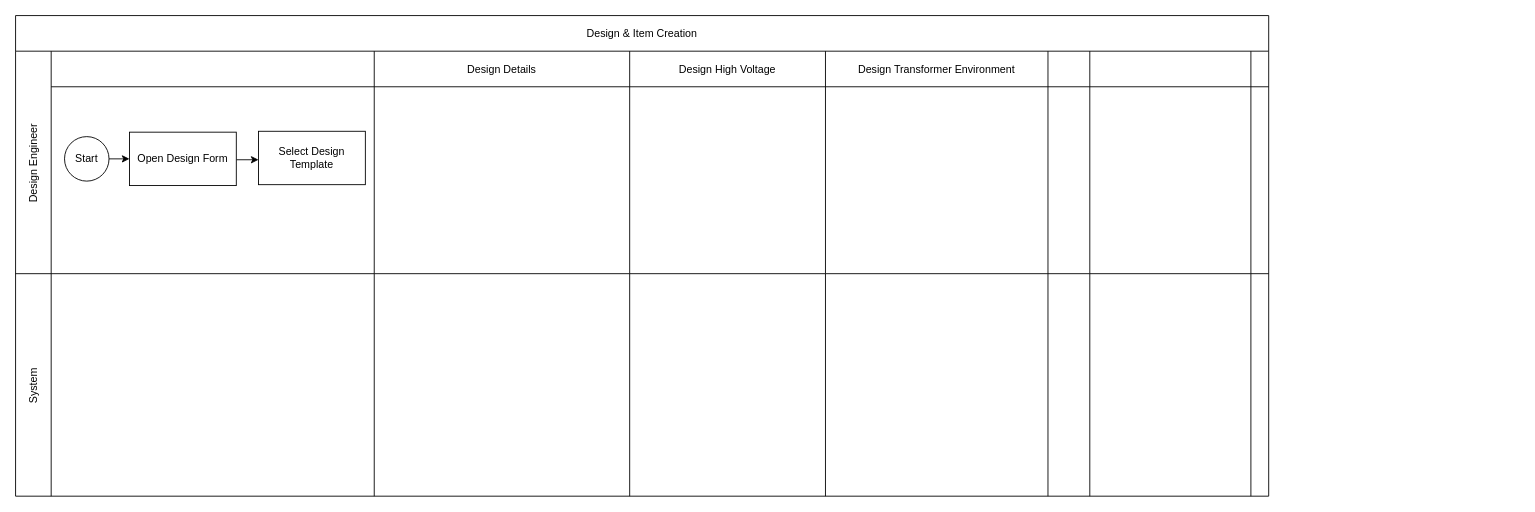
Iswariya-LMNAs/Diagrams keeps this draw.io diagram as SGBG.drawio. Above is the earlier version. Source tidied: cells renumbered, new cells numbered last; positions are measured from the earlier drawing's top-left corner, leaving out a move shared by most shapes. Both pictures are drawn from the tidied source at 89%, with x=0, y=0 at pixel (15, 15).
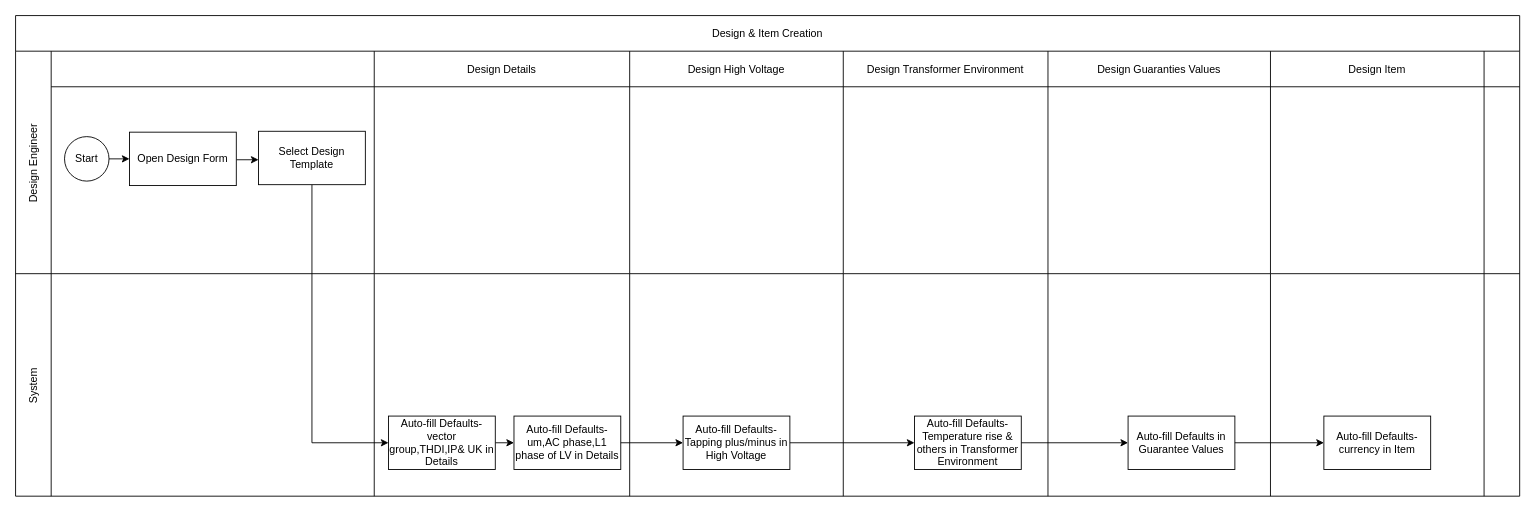
The same diagram, later.

Unchanged cells that the change refers to:
```xml
<mxCell id="13" style="swimlane;swimlaneHead=0;swimlaneBody=0;fontStyle=0;strokeColor=inherit;fillColor=none;startSize=0;" parent="11" vertex="1">
  <mxGeometry x="403" width="287" height="250" as="geometry" />
</mxCell>
<mxCell id="23" value="Select Design Template" style="rounded=0;whiteSpace=wrap;html=1;" parent="1" vertex="1">
  <mxGeometry x="273" y="130" width="120" height="60" as="geometry" />
</mxCell>
```

Change to the diagram source:
```diff
@@
     <mxCell id="2" value="Design &amp; Item Creation" style="shape=table;childLayout=tableLayout;startSize=40;" parent="1" vertex="1">
-      <mxGeometry width="1408" height="540" as="geometry" />
+      <mxGeometry width="1690" height="540" as="geometry" />
     </mxCell>
     <mxCell id="3" value="Design Engineer" style="shape=tableRow;horizontal=0;swimlaneHead=0;swimlaneBody=0;top=0;left=0;strokeColor=inherit;bottom=0;right=0;fontStyle=0;fillColor=none;startSize=40;" parent="2" vertex="1">
-      <mxGeometry y="40" width="1408" height="250" as="geometry" />
+      <mxGeometry y="40" width="1690" height="250" as="geometry" />
     </mxCell>
@@
     <mxCell id="6" value="Design High Voltage" style="swimlane;swimlaneHead=0;swimlaneBody=0;fontStyle=0;strokeColor=inherit;fillColor=none;startSize=40;" parent="3" vertex="1">
-      <mxGeometry x="690" width="220" height="250" as="geometry" />
+      <mxGeometry x="690" width="240" height="250" as="geometry" />
     </mxCell>
     <mxCell id="7" value="Design Transformer Environment" style="swimlane;swimlaneHead=0;swimlaneBody=0;fontStyle=0;strokeColor=inherit;fillColor=none;startSize=40;" parent="3" vertex="1">
-      <mxGeometry x="910" width="250" height="250" as="geometry" />
+      <mxGeometry x="930" width="230" height="250" as="geometry" />
     </mxCell>
-    <mxCell id="8" style="swimlane;swimlaneHead=0;swimlaneBody=0;fontStyle=0;strokeColor=inherit;fillColor=none;startSize=40;" parent="3" vertex="1">
-      <mxGeometry x="1160" width="47" height="250" as="geometry" />
+    <mxCell id="8" value="Design Guaranties Values" style="swimlane;swimlaneHead=0;swimlaneBody=0;fontStyle=0;strokeColor=inherit;fillColor=none;startSize=40;" parent="3" vertex="1">
+      <mxGeometry x="1160" width="250" height="250" as="geometry" />
     </mxCell>
-    <mxCell id="9" style="swimlane;swimlaneHead=0;swimlaneBody=0;fontStyle=0;strokeColor=inherit;fillColor=none;startSize=40;" parent="3" vertex="1">
-      <mxGeometry x="1207" width="181" height="250" as="geometry" />
+    <mxCell id="9" value="Design Item" style="swimlane;swimlaneHead=0;swimlaneBody=0;fontStyle=0;strokeColor=inherit;fillColor=none;startSize=40;" parent="3" vertex="1">
+      <mxGeometry x="1410" width="240" height="250" as="geometry" />
     </mxCell>
     <mxCell id="10" style="swimlane;swimlaneHead=0;swimlaneBody=0;fontStyle=0;strokeColor=inherit;fillColor=none;startSize=40;" parent="3" vertex="1">
-      <mxGeometry x="1388" width="20" height="250" as="geometry" />
+      <mxGeometry x="1650" width="40" height="250" as="geometry" />
     </mxCell>
     <mxCell id="11" value="System" style="shape=tableRow;horizontal=0;swimlaneHead=0;swimlaneBody=0;top=0;left=0;strokeColor=inherit;bottom=0;right=0;fontStyle=0;fillColor=none;startSize=40;" parent="2" vertex="1">
-      <mxGeometry y="290" width="1408" height="250" as="geometry" />
+      <mxGeometry y="290" width="1690" height="250" as="geometry" />
     </mxCell>
@@
+    <mxCell id="24" value="Auto-fill Defaults-um,AC phase,L1 phase of LV in Details" style="rounded=0;whiteSpace=wrap;html=1;" parent="13" vertex="1">
+      <mxGeometry x="157" y="160" width="120" height="60" as="geometry" />
+    </mxCell>
+    <mxCell id="25" style="edgeStyle=orthogonalEdgeStyle;rounded=0;jettySize=auto;html=1;exitX=1;exitY=0.5;exitDx=0;exitDy=0;entryX=0;entryY=0.5;entryDx=0;entryDy=0;" parent="13" edge="1" source="26" target="24">
+      <mxGeometry relative="1" as="geometry" />
+    </mxCell>
+    <mxCell id="26" value="Auto-fill Defaults- vector group,THDI,IP&amp;amp; UK in Details" style="rounded=0;whiteSpace=wrap;html=1;" parent="13" vertex="1">
+      <mxGeometry x="16" y="160" width="120" height="60" as="geometry" />
+    </mxCell>
     <mxCell id="14" style="swimlane;swimlaneHead=0;swimlaneBody=0;fontStyle=0;strokeColor=inherit;fillColor=none;startSize=0;" parent="11" vertex="1">
-      <mxGeometry x="690" width="220" height="250" as="geometry" />
+      <mxGeometry x="690" width="240" height="250" as="geometry" />
     </mxCell>
+    <mxCell id="27" value="Auto-fill Defaults- Tapping plus/minus in High Voltage" style="rounded=0;whiteSpace=wrap;html=1;" parent="14" vertex="1">
+      <mxGeometry x="60" y="160" width="120" height="60" as="geometry" />
+    </mxCell>
     <mxCell id="15" style="swimlane;swimlaneHead=0;swimlaneBody=0;fontStyle=0;strokeColor=inherit;fillColor=none;startSize=0;" parent="11" vertex="1">
-      <mxGeometry x="910" width="250" height="250" as="geometry" />
+      <mxGeometry x="930" width="230" height="250" as="geometry" />
     </mxCell>
+    <mxCell id="28" value="Auto-fill Defaults- Temperature rise &amp;amp; others in Transformer Environment" style="rounded=0;whiteSpace=wrap;html=1;" parent="15" vertex="1">
+      <mxGeometry x="80" y="160" width="120" height="60" as="geometry" />
+    </mxCell>
     <mxCell id="16" style="swimlane;swimlaneHead=0;swimlaneBody=0;fontStyle=0;strokeColor=inherit;fillColor=none;startSize=0;" parent="11" vertex="1">
-      <mxGeometry x="1160" width="47" height="250" as="geometry" />
+      <mxGeometry x="1160" width="250" height="250" as="geometry" />
     </mxCell>
+    <mxCell id="29" value="Auto-fill Defaults in Guarantee Values" style="rounded=0;whiteSpace=wrap;html=1;" parent="16" vertex="1">
+      <mxGeometry x="90" y="160" width="120" height="60" as="geometry" />
+    </mxCell>
     <mxCell id="17" style="swimlane;swimlaneHead=0;swimlaneBody=0;fontStyle=0;strokeColor=inherit;fillColor=none;startSize=0;" parent="11" vertex="1">
-      <mxGeometry x="1207" width="181" height="250" as="geometry" />
+      <mxGeometry x="1410" width="240" height="250" as="geometry" />
     </mxCell>
+    <mxCell id="30" value="Auto-fill Defaults- currency in Item" style="rounded=0;whiteSpace=wrap;html=1;" parent="17" vertex="1">
+      <mxGeometry x="60" y="160" width="120" height="60" as="geometry" />
+    </mxCell>
     <mxCell id="18" style="swimlane;swimlaneHead=0;swimlaneBody=0;fontStyle=0;strokeColor=inherit;fillColor=none;startSize=0;" parent="11" vertex="1">
-      <mxGeometry x="1388" width="20" height="250" as="geometry" />
+      <mxGeometry x="1650" width="40" height="250" as="geometry" />
     </mxCell>
+    <mxCell id="31" style="edgeStyle=orthogonalEdgeStyle;rounded=0;jettySize=auto;html=1;exitX=1;exitY=0.5;exitDx=0;exitDy=0;entryX=0;entryY=0.5;entryDx=0;entryDy=0;" parent="11" edge="1" source="24" target="27">
+      <mxGeometry relative="1" as="geometry" />
+    </mxCell>
+    <mxCell id="32" style="edgeStyle=orthogonalEdgeStyle;rounded=0;jettySize=auto;html=1;exitX=1;exitY=0.5;exitDx=0;exitDy=0;entryX=0;entryY=0.5;entryDx=0;entryDy=0;" parent="11" edge="1" source="27" target="28">
+      <mxGeometry relative="1" as="geometry" />
+    </mxCell>
+    <mxCell id="33" style="edgeStyle=orthogonalEdgeStyle;rounded=0;jettySize=auto;html=1;exitX=1;exitY=0.5;exitDx=0;exitDy=0;entryX=0;entryY=0.5;entryDx=0;entryDy=0;" parent="11" edge="1" source="28" target="29">
+      <mxGeometry relative="1" as="geometry" />
+    </mxCell>
+    <mxCell id="34" style="edgeStyle=orthogonalEdgeStyle;rounded=0;jettySize=auto;html=1;exitX=1;exitY=0.5;exitDx=0;exitDy=0;entryX=0;entryY=0.5;entryDx=0;entryDy=0;" parent="11" edge="1" source="29" target="30">
+      <mxGeometry relative="1" as="geometry" />
+    </mxCell>
@@
+    <mxCell id="35" style="edgeStyle=orthogonalEdgeStyle;rounded=0;jettySize=auto;html=1;exitX=0.5;exitY=1;exitDx=0;exitDy=0;entryX=0;entryY=0.5;entryDx=0;entryDy=0;" parent="1" edge="1" source="23" target="26">
+      <mxGeometry relative="1" as="geometry" />
+    </mxCell>
```
